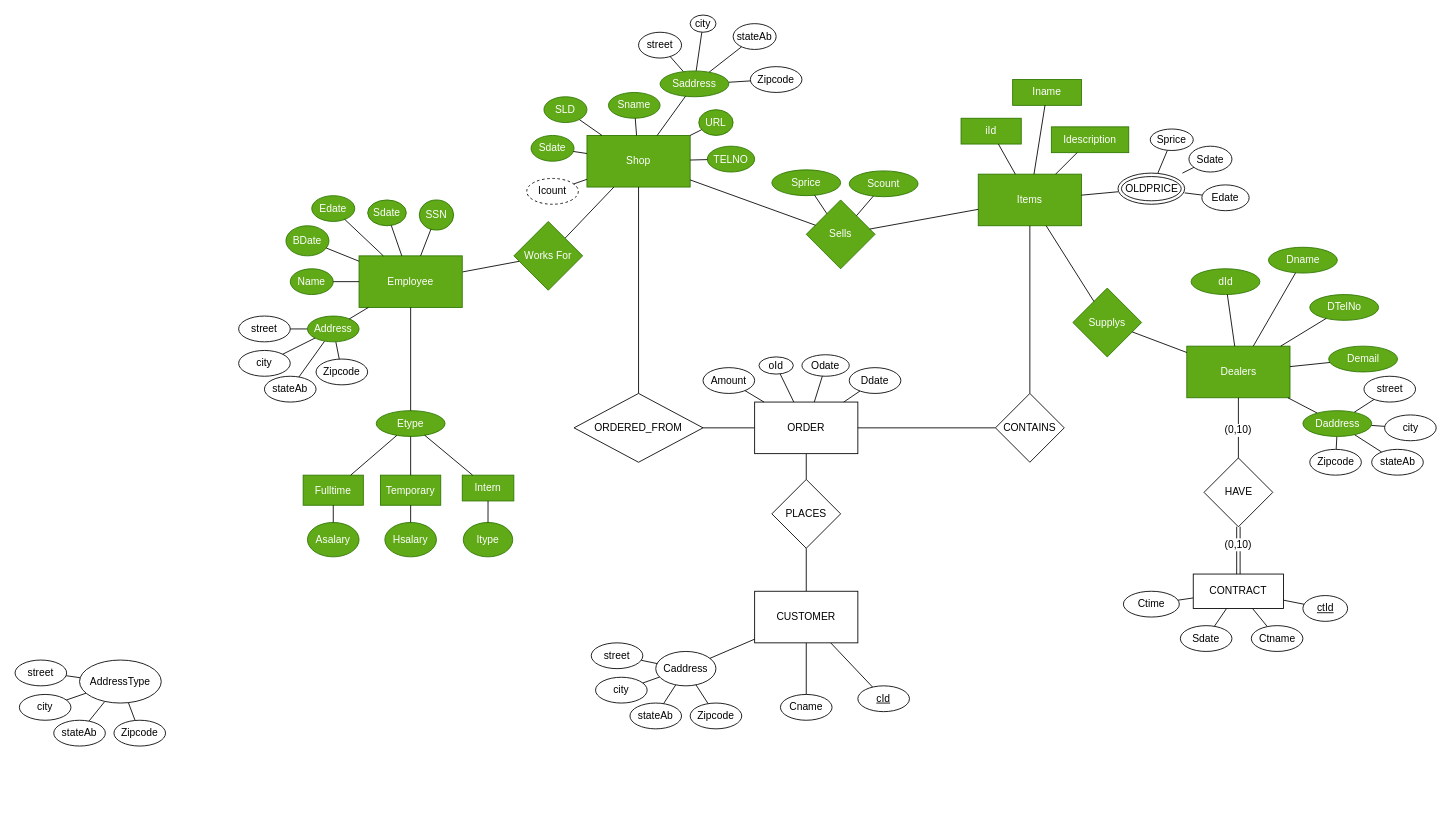
Earlier version of the draw.io diagram EER_Diagram.drawio (n1ck007/cse3330_project). Source tidied: cells renumbered, new cells numbered last; positions are measured from the earlier drawing's top-left corner, leaving out a move shared by most shapes. Both pictures are drawn from the tidied source at 86%, with x=0, y=0 at pixel (15, 15).
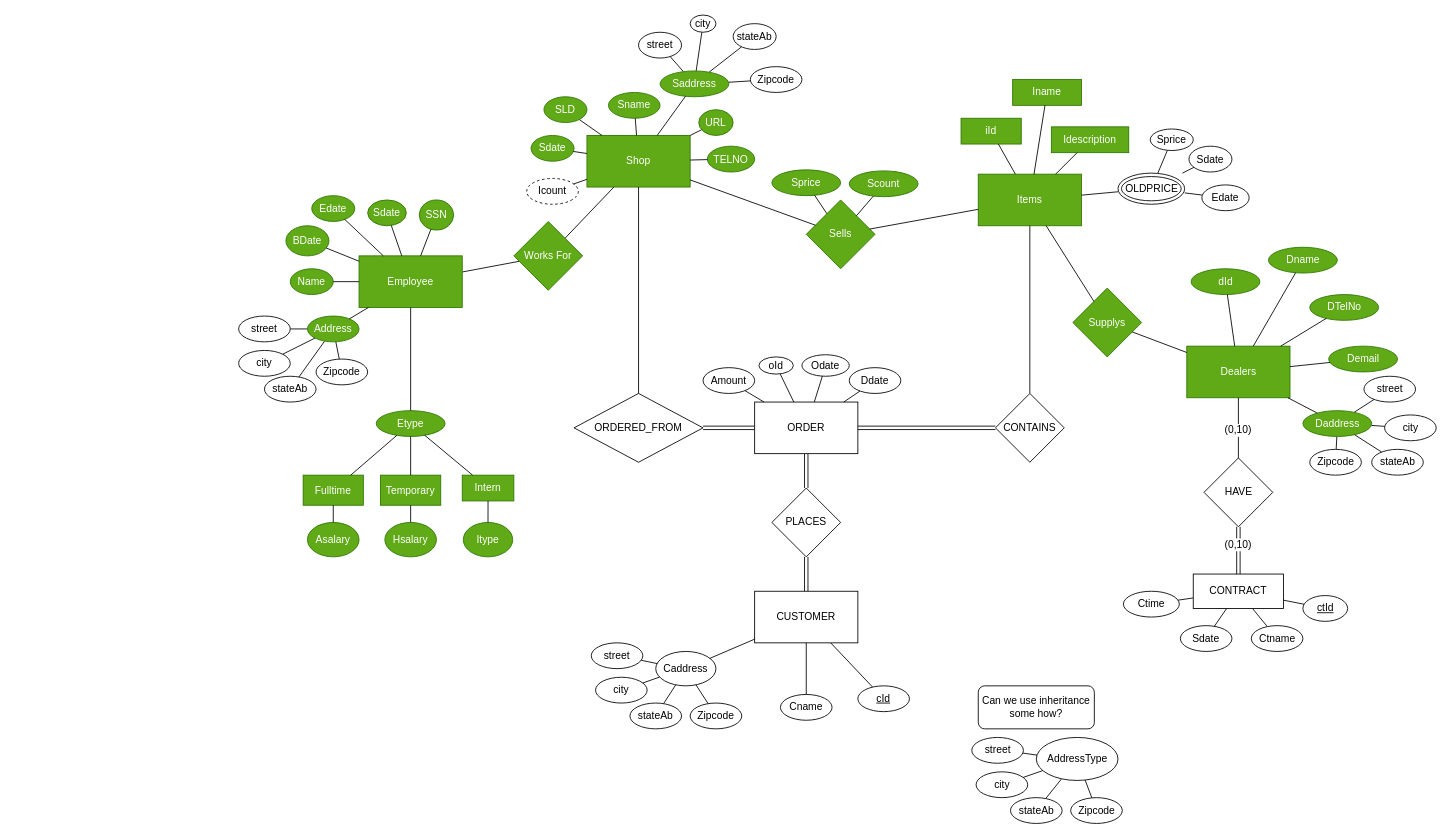
Above is the later version.

Commit message:
Updated some relationship connections

The change refers to these unchanged cells:
```xml
<mxCell id="119" value="CUSTOMER" style="rounded=0;whiteSpace=wrap;html=1;strokeColor=default;align=center;verticalAlign=middle;fontFamily=Helvetica;fontSize=12;fontColor=default;fillColor=default;" parent="1" vertex="1">
  <mxGeometry x="860" y="670" width="120" height="60" as="geometry" />
</mxCell>
<mxCell id="134" value="ORDER" style="rounded=0;whiteSpace=wrap;html=1;strokeColor=default;align=center;verticalAlign=middle;fontFamily=Helvetica;fontSize=12;fontColor=default;fillColor=default;" parent="1" vertex="1">
  <mxGeometry x="860" y="450" width="120" height="60" as="geometry" />
</mxCell>
<mxCell id="142" value="CONTAINS" style="rhombus;whiteSpace=wrap;html=1;strokeColor=default;align=center;verticalAlign=middle;fontFamily=Helvetica;fontSize=12;fontColor=default;fillColor=default;" parent="1" vertex="1">
  <mxGeometry x="1140" y="440" width="80" height="80" as="geometry" />
</mxCell>
<mxCell id="144" value="ORDERED_FROM" style="rhombus;whiteSpace=wrap;html=1;strokeColor=default;align=center;verticalAlign=middle;fontFamily=Helvetica;fontSize=12;fontColor=default;fillColor=default;" parent="1" vertex="1">
  <mxGeometry x="650" y="440" width="150" height="80" as="geometry" />
</mxCell>
```

The edit, as a diff of the source:
```diff
@@
-    <mxCell id="114" style="edgeStyle=none;rounded=0;jettySize=auto;html=1;fontFamily=Helvetica;fontSize=12;fontColor=default;endArrow=none;endFill=0;" parent="1" edge="1" source="115" target="134">
+    <mxCell id="114" style="edgeStyle=none;rounded=0;jettySize=auto;html=1;fontFamily=Helvetica;fontSize=12;fontColor=default;endArrow=none;endFill=0;shape=link;" parent="1" edge="1" source="115" target="134">
       <mxGeometry relative="1" as="geometry" />
     </mxCell>
     <mxCell id="115" value="PLACES" style="rhombus;whiteSpace=wrap;html=1;strokeColor=default;align=center;verticalAlign=middle;fontFamily=Helvetica;fontSize=12;fontColor=default;fillColor=default;" parent="1" vertex="1">
-      <mxGeometry x="880" y="540" width="80" height="80" as="geometry" />
+      <mxGeometry x="880" y="550" width="80" height="80" as="geometry" />
     </mxCell>
@@
-    <mxCell id="118" style="edgeStyle=none;rounded=0;jettySize=auto;html=1;fontFamily=Helvetica;fontSize=12;fontColor=default;endArrow=none;endFill=0;" parent="1" edge="1" source="119" target="115">
+    <mxCell id="118" style="edgeStyle=none;rounded=0;jettySize=auto;html=1;fontFamily=Helvetica;fontSize=12;fontColor=default;endArrow=none;endFill=0;shape=link;" parent="1" edge="1" source="119" target="115">
       <mxGeometry relative="1" as="geometry" />
     </mxCell>
@@
-    <mxCell id="132" style="edgeStyle=none;rounded=0;jettySize=auto;html=1;fontFamily=Helvetica;fontSize=12;fontColor=default;endArrow=none;endFill=0;" parent="1" edge="1" source="134" target="144">
+    <mxCell id="132" style="edgeStyle=none;rounded=0;jettySize=auto;html=1;fontFamily=Helvetica;fontSize=12;fontColor=default;endArrow=none;endFill=0;shape=link;" parent="1" edge="1" source="134" target="144">
       <mxGeometry relative="1" as="geometry" />
     </mxCell>
@@
-    <mxCell id="140" style="edgeStyle=none;rounded=0;jettySize=auto;html=1;fontFamily=Helvetica;fontSize=12;fontColor=default;endArrow=none;endFill=0;" parent="1" edge="1" source="142" target="134">
+    <mxCell id="140" style="edgeStyle=none;rounded=0;jettySize=auto;html=1;fontFamily=Helvetica;fontSize=12;fontColor=default;endArrow=none;endFill=0;shape=link;" parent="1" edge="1" source="142" target="134">
       <mxGeometry relative="1" as="geometry" />
     </mxCell>
@@
     <mxCell id="155" value="AddressType" style="ellipse;whiteSpace=wrap;html=1;strokeColor=default;align=center;verticalAlign=middle;fontFamily=Helvetica;fontSize=12;fontColor=default;fillColor=default;" parent="1" vertex="1">
-      <mxGeometry x="75" y="750" width="95" height="50" as="geometry" />
+      <mxGeometry x="1187.5" y="840" width="95" height="50" as="geometry" />
     </mxCell>
@@
     <mxCell id="158" value="street" style="ellipse;whiteSpace=wrap;html=1;strokeColor=default;align=center;verticalAlign=middle;fontFamily=Helvetica;fontSize=12;fontColor=default;fillColor=default;" parent="1" vertex="1">
-      <mxGeometry y="750" width="60" height="30" as="geometry" />
+      <mxGeometry x="1112.5" y="840" width="60" height="30" as="geometry" />
     </mxCell>
     <mxCell id="159" value="city" style="ellipse;whiteSpace=wrap;html=1;strokeColor=default;align=center;verticalAlign=middle;fontFamily=Helvetica;fontSize=12;fontColor=default;fillColor=default;" parent="1" vertex="1">
-      <mxGeometry x="5" y="790" width="60" height="30" as="geometry" />
+      <mxGeometry x="1117.5" y="880" width="60" height="30" as="geometry" />
     </mxCell>
     <mxCell id="160" value="stateAb" style="ellipse;whiteSpace=wrap;html=1;strokeColor=default;align=center;verticalAlign=middle;fontFamily=Helvetica;fontSize=12;fontColor=default;fillColor=default;" parent="1" vertex="1">
-      <mxGeometry x="45" y="820" width="60" height="30" as="geometry" />
+      <mxGeometry x="1157.5" y="910" width="60" height="30" as="geometry" />
     </mxCell>
     <mxCell id="161" value="Zipcode" style="ellipse;whiteSpace=wrap;html=1;strokeColor=default;align=center;verticalAlign=middle;fontFamily=Helvetica;fontSize=12;fontColor=default;fillColor=default;" parent="1" vertex="1">
-      <mxGeometry x="115" y="820" width="60" height="30" as="geometry" />
+      <mxGeometry x="1227.5" y="910" width="60" height="30" as="geometry" />
     </mxCell>
@@
+    <mxCell id="163" value="Can we use inheritance some how?" style="rounded=1;whiteSpace=wrap;html=1;" parent="1" vertex="1">
+      <mxGeometry x="1120" y="780" width="135" height="50" as="geometry" />
+    </mxCell>
```
